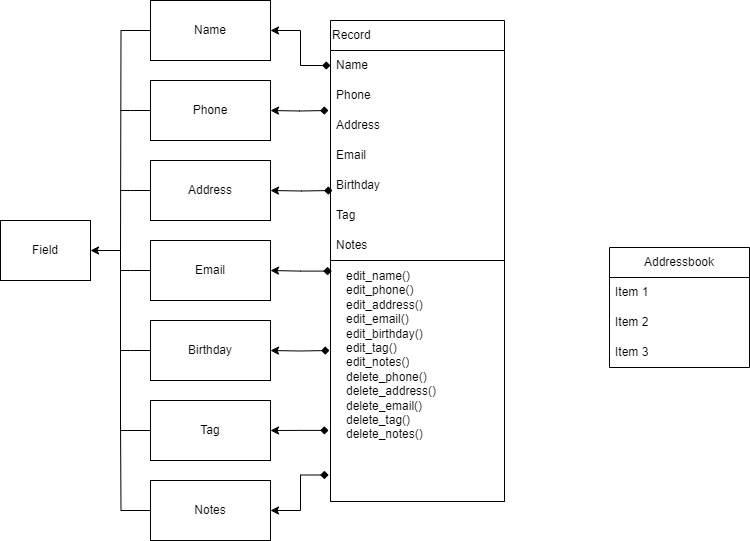
Before: address_book/Diagram.drawio.png, a diagram exported from draw.io (kachnna/AdressBook). Source tidied: cells renumbered, new cells last; positions are measured from the earlier drawing's top-left corner, leaving out a move shared by most shapes.
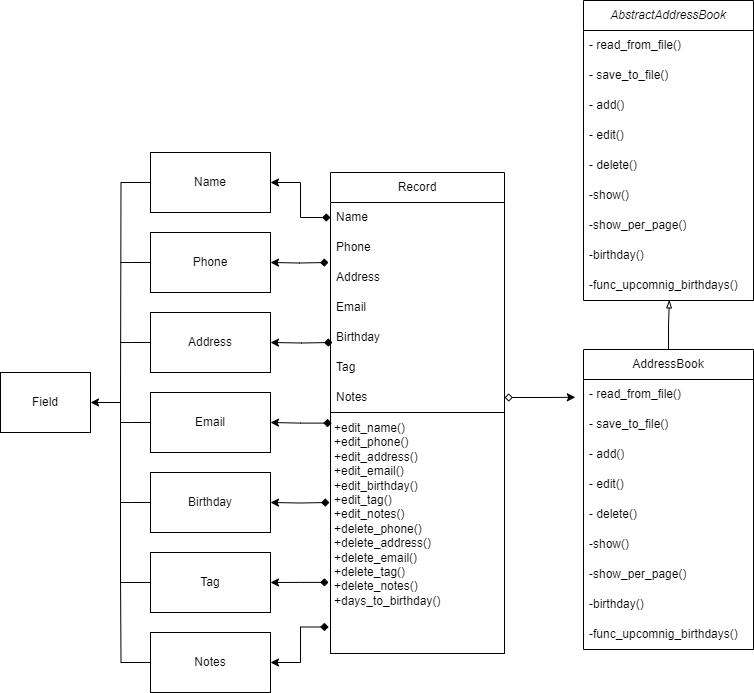
The same diagram one commit later.

The edit, as a diff of the source:
```diff
@@ -59,7 +59,7 @@
     <mxCell id="16" value="Name" style="rounded=0;whiteSpace=wrap;html=1;" parent="1" vertex="1">
       <mxGeometry x="150" width="120" height="60" as="geometry" />
     </mxCell>
-    <mxCell id="17" value="Record" style="swimlane;fontStyle=0;horizontal=1;startSize=30;whiteSpace=wrap;html=1;align=left;" parent="1" vertex="1">
+    <mxCell id="17" value="Record" style="swimlane;fontStyle=0;horizontal=1;startSize=30;whiteSpace=wrap;html=1;align=center;" parent="1" vertex="1">
       <mxGeometry x="330" y="20" width="174" height="481" as="geometry" />
     </mxCell>
     <mxCell id="18" value="Name" style="text;strokeColor=none;fillColor=none;align=left;verticalAlign=middle;spacingLeft=4;spacingRight=4;overflow=hidden;points=[[0,0.5],[1,0.5]];portConstraint=eastwest;whiteSpace=wrap;html=1;" parent="17" vertex="1">
@@ -86,21 +86,39 @@
     <mxCell id="25" style="swimlane;startSize=0;verticalAlign=top;" parent="17" vertex="1">
       <mxGeometry y="240" width="174" height="241" as="geometry" />
     </mxCell>
-    <mxCell id="26" value="&lt;blockquote style=&quot;margin: 0 0 0 40px; border: none; padding: 0px;&quot;&gt;&lt;/blockquote&gt;&lt;span style=&quot;background-color: initial;&quot;&gt;edit_name()&lt;/span&gt;&lt;br&gt;&lt;blockquote style=&quot;margin: 0px 0px 0px 40px; border: none; padding: 0px; line-height: 120%;&quot;&gt;&lt;/blockquote&gt;&lt;span style=&quot;background-color: initial;&quot;&gt;edit_phone()&lt;/span&gt;&lt;br&gt;&lt;blockquote style=&quot;margin: 0px 0px 0px 40px; border: none; padding: 0px; line-height: 120%;&quot;&gt;&lt;/blockquote&gt;&lt;span style=&quot;background-color: initial;&quot;&gt;edit_address()&lt;/span&gt;&lt;br&gt;&lt;blockquote style=&quot;margin: 0px 0px 0px 40px; border: none; padding: 0px; line-height: 120%;&quot;&gt;&lt;/blockquote&gt;&lt;span style=&quot;background-color: initial;&quot;&gt;edit_email()&lt;/span&gt;&lt;br&gt;&lt;blockquote style=&quot;margin: 0px 0px 0px 40px; border: none; padding: 0px; line-height: 120%;&quot;&gt;&lt;/blockquote&gt;&lt;span style=&quot;background-color: initial;&quot;&gt;edit_birthday()&lt;/span&gt;&lt;br&gt;&lt;blockquote style=&quot;margin: 0px 0px 0px 40px; border: none; padding: 0px; line-height: 120%;&quot;&gt;&lt;/blockquote&gt;&lt;span style=&quot;background-color: initial;&quot;&gt;edit_tag()&lt;/span&gt;&lt;br&gt;&lt;blockquote style=&quot;margin: 0px 0px 0px 40px; border: none; padding: 0px; line-height: 120%;&quot;&gt;&lt;/blockquote&gt;&lt;span style=&quot;background-color: initial;&quot;&gt;edit_notes()&lt;/span&gt;&lt;br&gt;&lt;blockquote style=&quot;margin: 0px 0px 0px 40px; border: none; padding: 0px; line-height: 120%;&quot;&gt;&lt;/blockquote&gt;&lt;span style=&quot;background-color: initial;&quot;&gt;delete_phone()&lt;/span&gt;&lt;br&gt;&lt;blockquote style=&quot;margin: 0px 0px 0px 40px; border: none; padding: 0px; line-height: 120%;&quot;&gt;&lt;/blockquote&gt;&lt;span style=&quot;background-color: initial;&quot;&gt;delete_address()&lt;/span&gt;&lt;br&gt;&lt;blockquote style=&quot;margin: 0px 0px 0px 40px; border: none; padding: 0px; line-height: 120%;&quot;&gt;&lt;/blockquote&gt;&lt;span style=&quot;background-color: initial;&quot;&gt;delete_email()&lt;/span&gt;&lt;br&gt;&lt;blockquote style=&quot;margin: 0px 0px 0px 40px; border: none; padding: 0px; line-height: 120%;&quot;&gt;&lt;/blockquote&gt;&lt;span style=&quot;background-color: initial;&quot;&gt;delete_tag()&lt;/span&gt;&lt;br&gt;&lt;font style=&quot;font-size: 12px;&quot;&gt;&lt;span style=&quot;background-color: initial;&quot;&gt;delete_notes()&lt;/span&gt;&lt;/font&gt;" style="text;html=1;strokeColor=none;fillColor=none;align=left;verticalAlign=top;whiteSpace=wrap;rounded=0;" parent="25" vertex="1">
-      <mxGeometry x="14" y="1.5" width="130" height="238" as="geometry" />
+    <mxCell id="26" value="&lt;blockquote style=&quot;margin: 0 0 0 40px; border: none; padding: 0px;&quot;&gt;&lt;/blockquote&gt;&lt;span style=&quot;background-color: initial;&quot;&gt;+edit_name()&lt;/span&gt;&lt;br&gt;&lt;span style=&quot;background-color: initial;&quot;&gt;+edit_phone()&lt;/span&gt;&lt;br&gt;&lt;span style=&quot;background-color: initial;&quot;&gt;+edit_address()&lt;/span&gt;&lt;br&gt;&lt;span style=&quot;background-color: initial;&quot;&gt;+edit_email()&lt;/span&gt;&lt;br&gt;&lt;span style=&quot;background-color: initial;&quot;&gt;+edit_birthday()&lt;/span&gt;&lt;br&gt;&lt;span style=&quot;background-color: initial;&quot;&gt;+edit_tag()&lt;/span&gt;&lt;br&gt;&lt;span style=&quot;background-color: initial;&quot;&gt;+edit_notes()&lt;/span&gt;&lt;br&gt;&lt;span style=&quot;background-color: initial;&quot;&gt;+delete_phone()&lt;/span&gt;&lt;br&gt;&lt;span style=&quot;background-color: initial;&quot;&gt;+delete_address()&lt;/span&gt;&lt;br&gt;&lt;span style=&quot;background-color: initial;&quot;&gt;+delete_email()&lt;/span&gt;&lt;br&gt;&lt;span style=&quot;background-color: initial;&quot;&gt;+delete_tag()&lt;/span&gt;&lt;br&gt;&lt;span style=&quot;background-color: initial;&quot;&gt;+delete_notes()&lt;/span&gt;&lt;br&gt;&lt;span style=&quot;background-color: initial;&quot;&gt;+days_to_birthday()&lt;/span&gt;&lt;br&gt;&lt;blockquote style=&quot;margin: 0px 0px 0px 40px; border: none; padding: 0px; line-height: 120%;&quot;&gt;&lt;/blockquote&gt;&lt;blockquote style=&quot;margin: 0px 0px 0px 40px; border: none; padding: 0px; line-height: 120%;&quot;&gt;&lt;/blockquote&gt;&lt;blockquote style=&quot;margin: 0px 0px 0px 40px; border: none; padding: 0px; line-height: 120%;&quot;&gt;&lt;/blockquote&gt;&lt;blockquote style=&quot;margin: 0px 0px 0px 40px; border: none; padding: 0px; line-height: 120%;&quot;&gt;&lt;/blockquote&gt;&lt;blockquote style=&quot;margin: 0px 0px 0px 40px; border: none; padding: 0px; line-height: 120%;&quot;&gt;&lt;/blockquote&gt;&lt;blockquote style=&quot;margin: 0px 0px 0px 40px; border: none; padding: 0px; line-height: 120%;&quot;&gt;&lt;/blockquote&gt;&lt;blockquote style=&quot;margin: 0px 0px 0px 40px; border: none; padding: 0px; line-height: 120%;&quot;&gt;&lt;/blockquote&gt;&lt;blockquote style=&quot;margin: 0px 0px 0px 40px; border: none; padding: 0px; line-height: 120%;&quot;&gt;&lt;/blockquote&gt;&lt;blockquote style=&quot;margin: 0px 0px 0px 40px; border: none; padding: 0px; line-height: 120%;&quot;&gt;&lt;/blockquote&gt;&lt;blockquote style=&quot;margin: 0px 0px 0px 40px; border: none; padding: 0px; line-height: 120%;&quot;&gt;&lt;/blockquote&gt;" style="text;html=1;strokeColor=none;fillColor=none;align=left;verticalAlign=top;whiteSpace=wrap;rounded=0;" parent="25" vertex="1">
+      <mxGeometry x="2" y="1.5" width="165" height="238" as="geometry" />
     </mxCell>
-    <mxCell id="27" value="Addressbook" style="swimlane;fontStyle=0;horizontal=1;startSize=30;whiteSpace=wrap;html=1;" parent="1" vertex="1">
-      <mxGeometry x="609" y="247" width="140" height="120" as="geometry" />
+    <mxCell id="27" value="AddressBook" style="swimlane;fontStyle=0;horizontal=1;startSize=30;whiteSpace=wrap;html=1;" parent="1" vertex="1">
+      <mxGeometry x="583" y="197" width="170" height="300" as="geometry" />
     </mxCell>
-    <mxCell id="28" value="Item 1" style="text;strokeColor=none;fillColor=none;align=left;verticalAlign=middle;spacingLeft=4;spacingRight=4;overflow=hidden;points=[[0,0.5],[1,0.5]];portConstraint=eastwest;whiteSpace=wrap;html=1;" parent="27" vertex="1">
-      <mxGeometry y="30" width="140" height="30" as="geometry" />
+    <mxCell id="28" value="- read_from_file()" style="text;strokeColor=none;fillColor=none;align=left;verticalAlign=middle;spacingLeft=4;spacingRight=4;overflow=hidden;points=[[0,0.5],[1,0.5]];portConstraint=eastwest;whiteSpace=wrap;html=1;" parent="27" vertex="1">
+      <mxGeometry y="30" width="170" height="30" as="geometry" />
     </mxCell>
-    <mxCell id="29" value="Item 2" style="text;strokeColor=none;fillColor=none;align=left;verticalAlign=middle;spacingLeft=4;spacingRight=4;overflow=hidden;whiteSpace=wrap;html=1;" parent="27" vertex="1">
-      <mxGeometry y="60" width="140" height="30" as="geometry" />
+    <mxCell id="29" value="- save_to_file()" style="text;strokeColor=none;fillColor=none;align=left;verticalAlign=middle;spacingLeft=4;spacingRight=4;overflow=hidden;whiteSpace=wrap;html=1;" parent="27" vertex="1">
+      <mxGeometry y="60" width="170" height="30" as="geometry" />
     </mxCell>
-    <mxCell id="30" value="Item 3" style="text;strokeColor=none;fillColor=none;align=left;verticalAlign=middle;spacingLeft=4;spacingRight=4;overflow=hidden;whiteSpace=wrap;html=1;" parent="27" vertex="1">
-      <mxGeometry y="90" width="140" height="30" as="geometry" />
+    <mxCell id="30" value="- add()" style="text;strokeColor=none;fillColor=none;align=left;verticalAlign=middle;spacingLeft=4;spacingRight=4;overflow=hidden;whiteSpace=wrap;html=1;" parent="27" vertex="1">
+      <mxGeometry y="90" width="170" height="30" as="geometry" />
     </mxCell>
+    <mxCell id="38" value="- edit()" style="text;strokeColor=none;fillColor=none;align=left;verticalAlign=middle;spacingLeft=4;spacingRight=4;overflow=hidden;whiteSpace=wrap;html=1;" parent="27" vertex="1">
+      <mxGeometry y="120" width="170" height="30" as="geometry" />
+    </mxCell>
+    <mxCell id="39" value="- delete()" style="text;strokeColor=none;fillColor=none;align=left;verticalAlign=middle;spacingLeft=4;spacingRight=4;overflow=hidden;whiteSpace=wrap;html=1;" parent="27" vertex="1">
+      <mxGeometry y="150" width="170" height="30" as="geometry" />
+    </mxCell>
+    <mxCell id="40" value="-show()" style="text;strokeColor=none;fillColor=none;align=left;verticalAlign=middle;spacingLeft=4;spacingRight=4;overflow=hidden;whiteSpace=wrap;html=1;" parent="27" vertex="1">
+      <mxGeometry y="180" width="170" height="30" as="geometry" />
+    </mxCell>
+    <mxCell id="41" value="-show_per_page()" style="text;strokeColor=none;fillColor=none;align=left;verticalAlign=middle;spacingLeft=4;spacingRight=4;overflow=hidden;whiteSpace=wrap;html=1;" parent="27" vertex="1">
+      <mxGeometry y="210" width="170" height="30" as="geometry" />
+    </mxCell>
+    <mxCell id="42" value="-birthday()" style="text;strokeColor=none;fillColor=none;align=left;verticalAlign=middle;spacingLeft=4;spacingRight=4;overflow=hidden;whiteSpace=wrap;html=1;" parent="27" vertex="1">
+      <mxGeometry y="240" width="170" height="30" as="geometry" />
+    </mxCell>
+    <mxCell id="43" value="-func_upcomnig_birthdays()" style="text;strokeColor=none;fillColor=none;align=left;verticalAlign=middle;spacingLeft=4;spacingRight=4;overflow=hidden;whiteSpace=wrap;html=1;" parent="27" vertex="1">
+      <mxGeometry y="270" width="170" height="30" as="geometry" />
+    </mxCell>
     <mxCell id="31" style="rounded=0;jettySize=auto;html=1;edgeStyle=orthogonalEdgeStyle;startArrow=diamond;startFill=1;exitX=-0.011;exitY=0.89;exitDx=0;exitDy=0;exitPerimeter=0;" parent="1" edge="1" source="25" target="14">
       <mxGeometry relative="1" as="geometry" />
     </mxCell>
@@ -128,5 +146,41 @@
     <mxCell id="37" style="edgeStyle=orthogonalEdgeStyle;rounded=0;jettySize=auto;html=1;entryX=1;entryY=0.5;entryDx=0;entryDy=0;startArrow=diamond;startFill=1;exitX=0;exitY=0.5;exitDx=0;exitDy=0;" parent="1" edge="1" source="18" target="16">
       <mxGeometry relative="1" as="geometry" />
     </mxCell>
+    <mxCell id="44" style="edgeStyle=orthogonalEdgeStyle;rounded=0;jettySize=auto;html=1;entryX=-0.048;entryY=0.593;entryDx=0;entryDy=0;entryPerimeter=0;startArrow=diamond;startFill=0;" parent="1" edge="1" source="24" target="28">
+      <mxGeometry relative="1" as="geometry" />
+    </mxCell>
+    <mxCell id="45" value="&lt;i&gt;AbstractAddressBook&lt;/i&gt;" style="swimlane;fontStyle=0;horizontal=1;startSize=30;whiteSpace=wrap;html=1;" parent="1" vertex="1">
+      <mxGeometry x="583" y="-152" width="170" height="300" as="geometry" />
+    </mxCell>
+    <mxCell id="46" value="- read_from_file()" style="text;strokeColor=none;fillColor=none;align=left;verticalAlign=middle;spacingLeft=4;spacingRight=4;overflow=hidden;whiteSpace=wrap;html=1;" parent="45" vertex="1">
+      <mxGeometry y="30" width="170" height="30" as="geometry" />
+    </mxCell>
+    <mxCell id="47" value="- save_to_file()" style="text;strokeColor=none;fillColor=none;align=left;verticalAlign=middle;spacingLeft=4;spacingRight=4;overflow=hidden;whiteSpace=wrap;html=1;" parent="45" vertex="1">
+      <mxGeometry y="60" width="170" height="30" as="geometry" />
+    </mxCell>
+    <mxCell id="48" value="- add()" style="text;strokeColor=none;fillColor=none;align=left;verticalAlign=middle;spacingLeft=4;spacingRight=4;overflow=hidden;whiteSpace=wrap;html=1;" parent="45" vertex="1">
+      <mxGeometry y="90" width="170" height="30" as="geometry" />
+    </mxCell>
+    <mxCell id="49" value="- edit()" style="text;strokeColor=none;fillColor=none;align=left;verticalAlign=middle;spacingLeft=4;spacingRight=4;overflow=hidden;whiteSpace=wrap;html=1;" parent="45" vertex="1">
+      <mxGeometry y="120" width="170" height="30" as="geometry" />
+    </mxCell>
+    <mxCell id="50" value="- delete()" style="text;strokeColor=none;fillColor=none;align=left;verticalAlign=middle;spacingLeft=4;spacingRight=4;overflow=hidden;whiteSpace=wrap;html=1;" parent="45" vertex="1">
+      <mxGeometry y="150" width="170" height="30" as="geometry" />
+    </mxCell>
+    <mxCell id="51" value="-show()" style="text;strokeColor=none;fillColor=none;align=left;verticalAlign=middle;spacingLeft=4;spacingRight=4;overflow=hidden;whiteSpace=wrap;html=1;" parent="45" vertex="1">
+      <mxGeometry y="180" width="170" height="30" as="geometry" />
+    </mxCell>
+    <mxCell id="52" value="-show_per_page()" style="text;strokeColor=none;fillColor=none;align=left;verticalAlign=middle;spacingLeft=4;spacingRight=4;overflow=hidden;whiteSpace=wrap;html=1;" parent="45" vertex="1">
+      <mxGeometry y="210" width="170" height="30" as="geometry" />
+    </mxCell>
+    <mxCell id="53" value="-birthday()" style="text;strokeColor=none;fillColor=none;align=left;verticalAlign=middle;spacingLeft=4;spacingRight=4;overflow=hidden;whiteSpace=wrap;html=1;" parent="45" vertex="1">
+      <mxGeometry y="240" width="170" height="30" as="geometry" />
+    </mxCell>
+    <mxCell id="54" value="-func_upcomnig_birthdays()" style="text;strokeColor=none;fillColor=none;align=left;verticalAlign=middle;spacingLeft=4;spacingRight=4;overflow=hidden;points=[[0,0.5],[1,0.5]];portConstraint=eastwest;whiteSpace=wrap;html=1;" parent="45" vertex="1">
+      <mxGeometry y="270" width="170" height="30" as="geometry" />
+    </mxCell>
+    <mxCell id="55" style="edgeStyle=orthogonalEdgeStyle;rounded=0;jettySize=auto;html=1;entryX=0.505;entryY=0.98;entryDx=0;entryDy=0;entryPerimeter=0;endArrow=blockThin;endFill=0;" parent="1" edge="1" source="27" target="54">
+      <mxGeometry relative="1" as="geometry" />
+    </mxCell>
   </root>
 </mxGraphModel>
```
